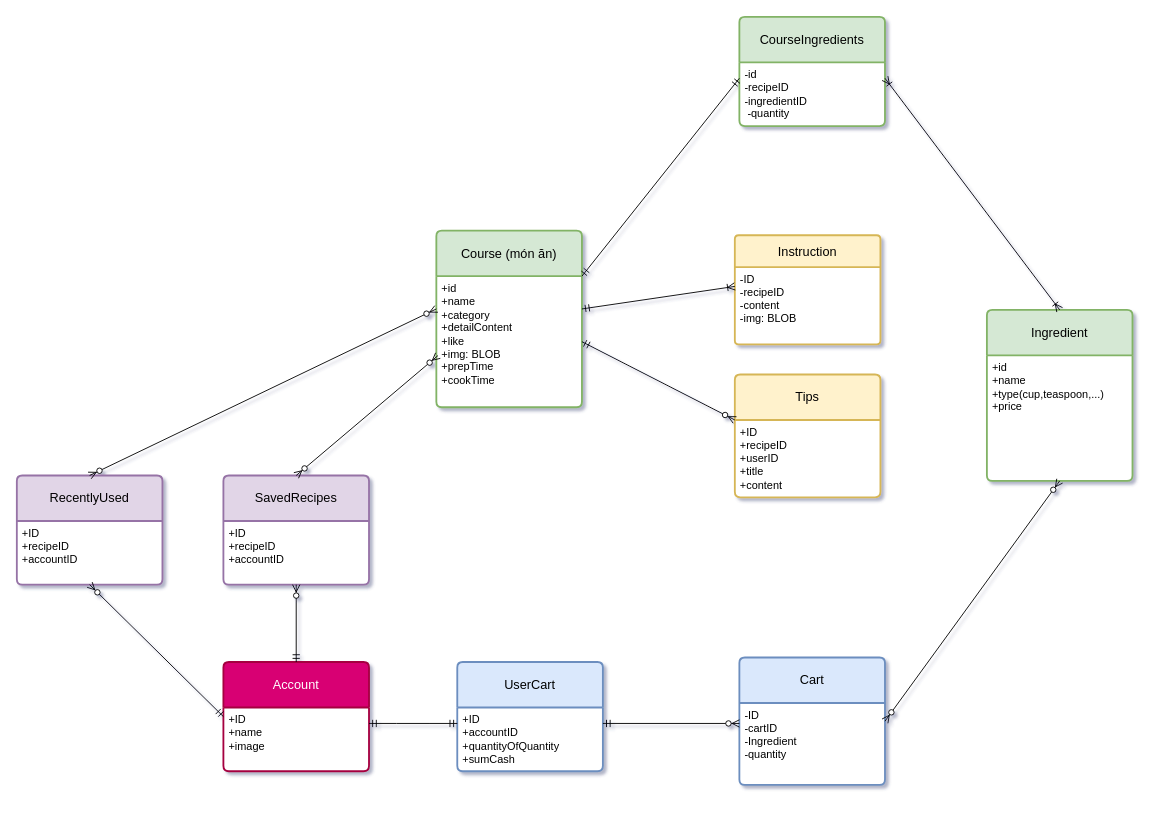
Before: Untitled Diagram.drawio in HoKhanhDang/CookingApp, a draw.io diagram. Source tidied: cells renumbered, new cells numbered last; positions are measured from the earlier drawing's top-left corner, leaving out a move shared by most shapes. Both pictures are drawn from the tidied source at 91%, with x=0, y=0 at pixel (16, 16).
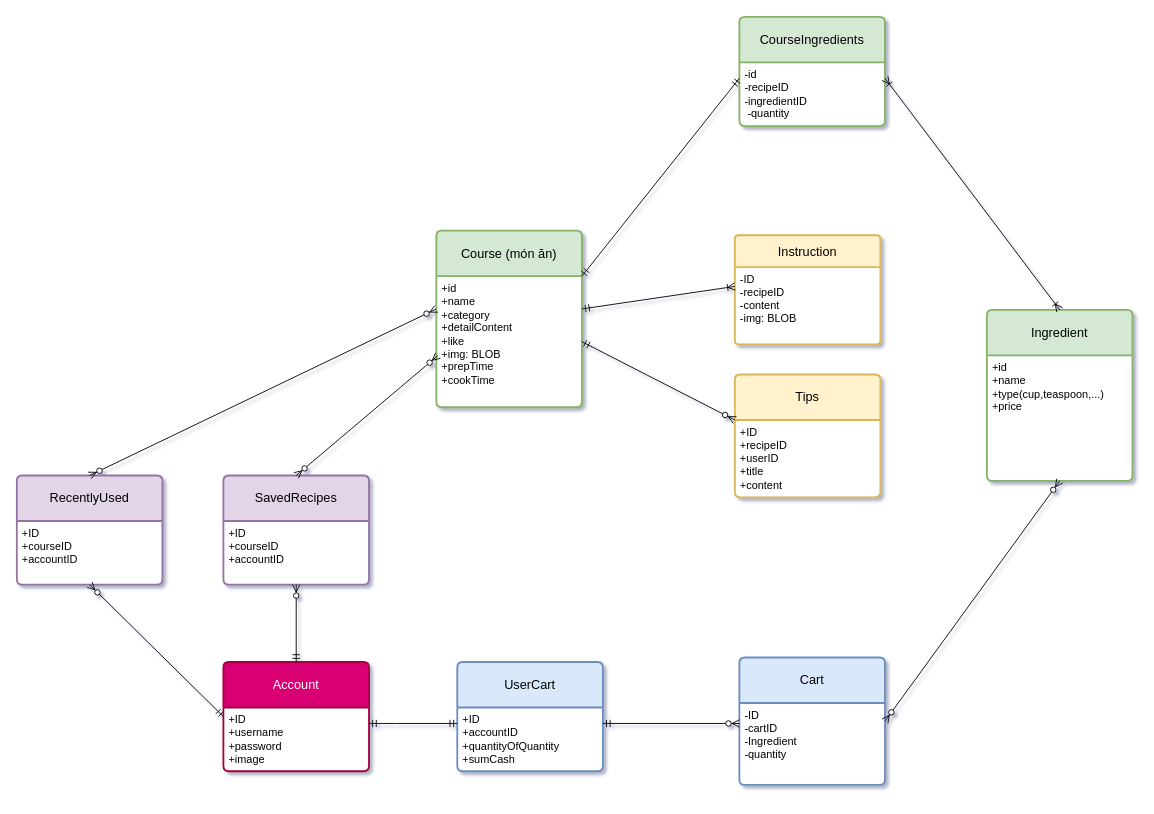
The same page after the edit.

The change refers to these unchanged cells:
```xml
<mxCell id="12" value="Account" style="swimlane;horizontal=1;startSize=50;rounded=1;fontSize=14;fontStyle=0;strokeWidth=2;shadow=0;dashed=0;align=center;arcSize=4;whiteSpace=wrap;html=1;swimlaneFillColor=default;fillColor=#d80073;fontColor=#ffffff;strokeColor=#A50040;" parent="1" vertex="1">
  <mxGeometry x="227" y="709" width="160" height="120" as="geometry" />
</mxCell>
<mxCell id="14" value="RecentlyUsed" style="swimlane;horizontal=1;startSize=50;rounded=1;fontSize=14;fontStyle=0;strokeWidth=2;shadow=0;dashed=0;align=center;arcSize=4;whiteSpace=wrap;html=1;swimlaneFillColor=default;fillColor=#e1d5e7;strokeColor=#9673a6;" parent="1" vertex="1">
  <mxGeometry y="504" width="160" height="120" as="geometry" />
</mxCell>
<mxCell id="21" value="SavedRecipes" style="swimlane;horizontal=1;startSize=50;rounded=1;fontSize=14;fontStyle=0;strokeWidth=2;shadow=0;dashed=0;align=center;arcSize=4;whiteSpace=wrap;html=1;swimlaneFillColor=default;fillColor=#e1d5e7;strokeColor=#9673a6;" parent="1" vertex="1">
  <mxGeometry x="227" y="504" width="160" height="120" as="geometry" />
</mxCell>
```

Diff of the diagram source:
```diff
@@
-    <mxCell id="13" value="+ID&lt;div&gt;+name&lt;/div&gt;&lt;div&gt;+image&lt;/div&gt;" style="align=left;strokeColor=none;fillColor=none;spacingLeft=4;fontSize=12;verticalAlign=top;html=1;" parent="12" vertex="1">
+    <mxCell id="13" value="+ID&lt;div&gt;+username&lt;/div&gt;&lt;div&gt;+password&lt;/div&gt;&lt;div&gt;+image&lt;/div&gt;" style="align=left;strokeColor=none;fillColor=none;spacingLeft=4;fontSize=12;verticalAlign=top;html=1;" parent="12" vertex="1">
       <mxGeometry y="50" width="160" height="70" as="geometry" />
     </mxCell>
@@
-    <mxCell id="15" value="+ID&lt;div&gt;+recipeID&lt;/div&gt;&lt;div&gt;+accountID&lt;/div&gt;" style="align=left;strokeColor=none;fillColor=none;spacingLeft=4;fontSize=12;verticalAlign=top;html=1;swimlaneFillColor=default;" parent="14" vertex="1">
+    <mxCell id="15" value="+ID&lt;div&gt;+&lt;span style=&quot;background-color: initial;&quot;&gt;courseID&lt;/span&gt;&lt;/div&gt;&lt;div&gt;+accountID&lt;/div&gt;" style="align=left;strokeColor=none;fillColor=none;spacingLeft=4;fontSize=12;verticalAlign=top;html=1;swimlaneFillColor=default;" parent="14" vertex="1">
       <mxGeometry y="50" width="160" height="70" as="geometry" />
     </mxCell>
@@
-    <mxCell id="22" value="+ID&lt;div&gt;+recipeID&lt;/div&gt;&lt;div&gt;+accountID&lt;/div&gt;" style="align=left;strokeColor=none;fillColor=none;spacingLeft=4;fontSize=12;verticalAlign=top;html=1;swimlaneFillColor=default;" parent="21" vertex="1">
+    <mxCell id="22" value="+ID&lt;div&gt;+courseID&lt;/div&gt;&lt;div&gt;+accountID&lt;/div&gt;" style="align=left;strokeColor=none;fillColor=none;spacingLeft=4;fontSize=12;verticalAlign=top;html=1;swimlaneFillColor=default;" parent="21" vertex="1">
       <mxGeometry y="50" width="160" height="70" as="geometry" />
     </mxCell>
```
